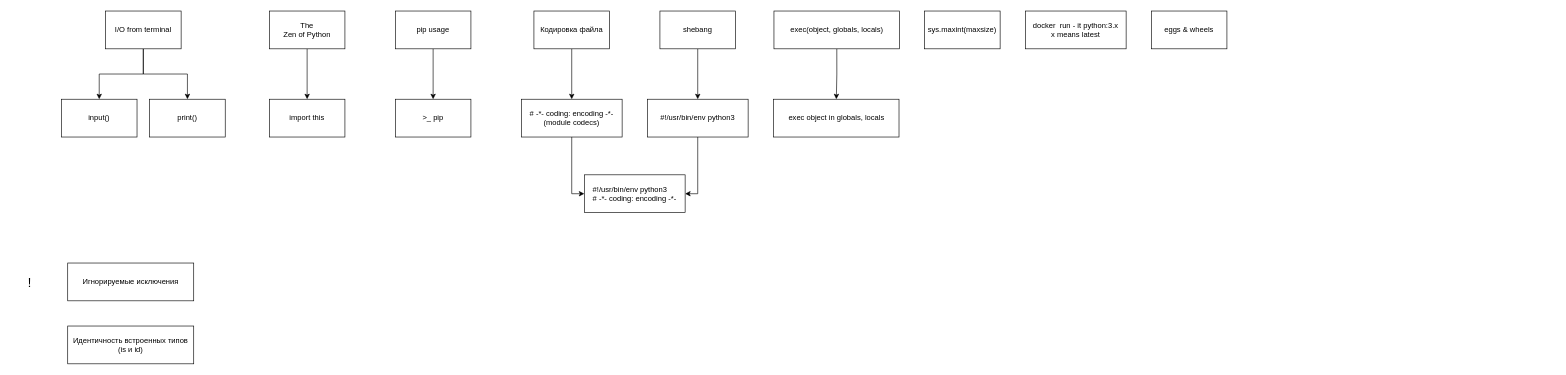
This is Python.drawio from qjz/Python, a draw.io file, before an edit. Source tidied: cells renumbered, new cells numbered last; positions are measured from the earlier drawing's top-left corner, leaving out a move shared by most shapes. Both pictures are drawn from the tidied source at 63%, with x=0, y=0 at pixel (11, 11).
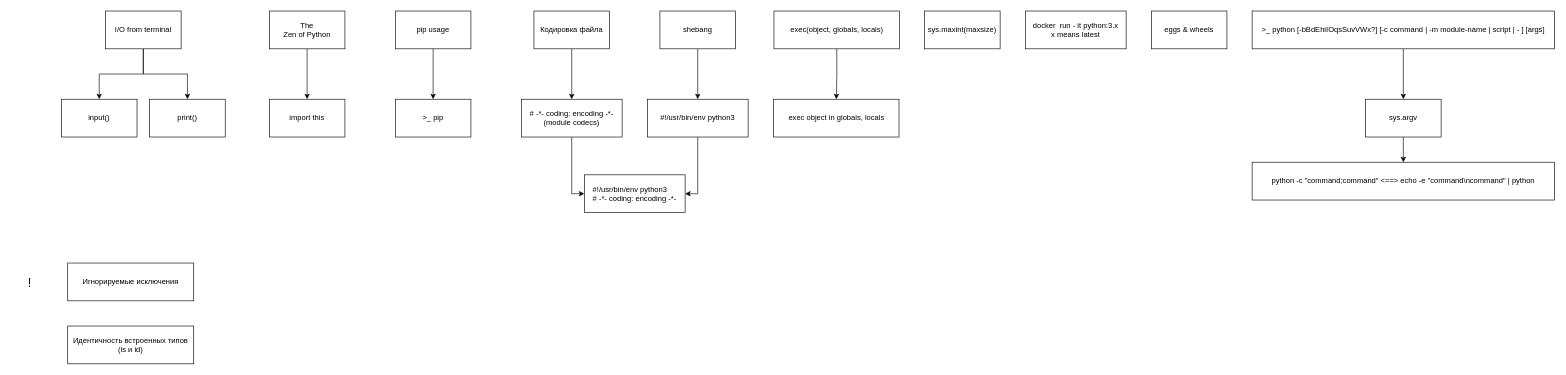
The same page after the edit.

The edit, as a diff of the source:
```diff
@@
+    <mxCell id="31" style="edgeStyle=orthogonalEdgeStyle;rounded=0;jettySize=auto;html=1;exitX=0.5;exitY=1;exitDx=0;exitDy=0;entryX=0.5;entryY=0;entryDx=0;entryDy=0;fontSize=12;" parent="1" edge="1" source="32" target="34">
+      <mxGeometry relative="1" as="geometry" />
+    </mxCell>
+    <mxCell id="32" value="&amp;gt;_&amp;nbsp;python [-bBdEhiIOqsSuvVWx?] [-c command | -m module-name | script | - ] [args]" style="whiteSpace=wrap;html=1;fontSize=12;" parent="1" vertex="1">
+      <mxGeometry x="1970" width="480" height="60" as="geometry" />
+    </mxCell>
+    <mxCell id="33" style="edgeStyle=orthogonalEdgeStyle;rounded=0;jettySize=auto;html=1;exitX=0.5;exitY=1;exitDx=0;exitDy=0;entryX=0.5;entryY=0;entryDx=0;entryDy=0;fontSize=12;" parent="1" edge="1" source="34" target="35">
+      <mxGeometry relative="1" as="geometry" />
+    </mxCell>
+    <mxCell id="34" value="sys.argv" style="whiteSpace=wrap;html=1;fontSize=12;" parent="1" vertex="1">
+      <mxGeometry x="2150" y="140" width="120" height="60" as="geometry" />
+    </mxCell>
+    <mxCell id="35" value="python -c &quot;command;command&quot; &amp;lt;==&amp;gt; echo -e &quot;command\ncommand&quot; | python" style="whiteSpace=wrap;html=1;fontSize=12;" parent="1" vertex="1">
+      <mxGeometry x="1970" y="240" width="480" height="60" as="geometry" />
+    </mxCell>
```
